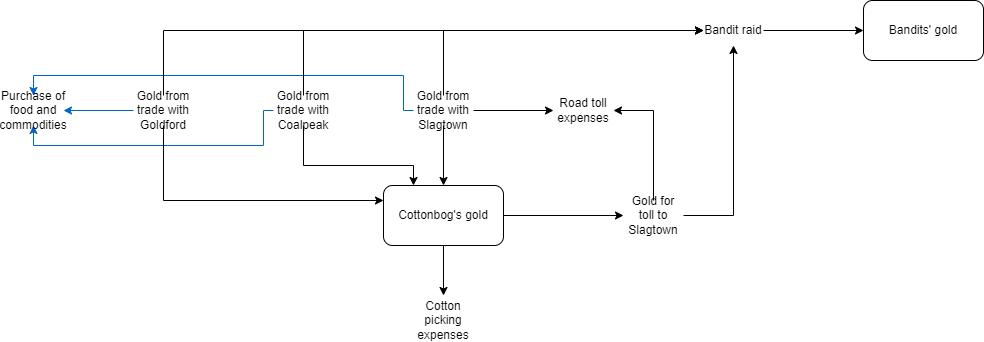
The draw.io diagram Flowchart/GoldFlow.drawio.png in FunkMarvel/Comp-4-SST, before a commit. Source tidied: cells renumbered, new cells last; positions are measured from the earlier drawing's top-left corner, leaving out a move shared by most shapes.
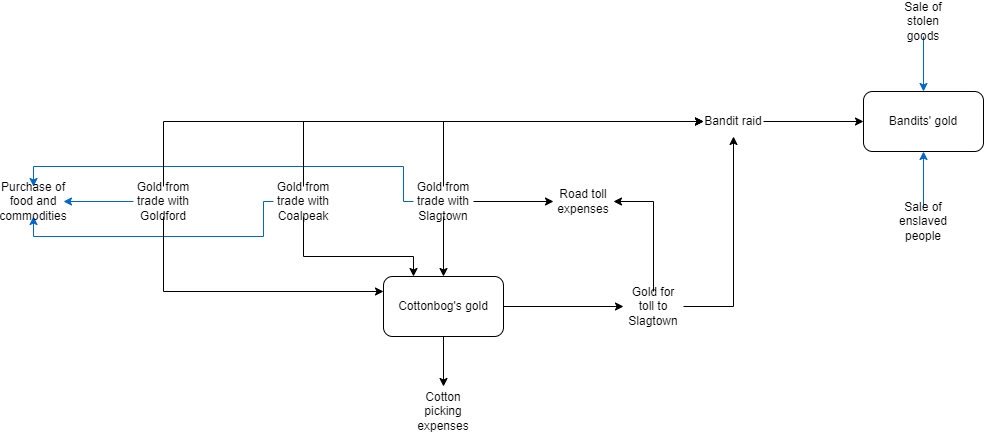
After the change.

What changed in the source:
```diff
@@ -116,5 +116,17 @@
     <mxCell id="26" value="Purchase of food and commodities" style="text;html=1;strokeColor=none;fillColor=none;align=center;verticalAlign=middle;whiteSpace=wrap;rounded=0;" parent="1" vertex="1">
       <mxGeometry y="95" width="60" height="30" as="geometry" />
     </mxCell>
+    <mxCell id="27" style="edgeStyle=orthogonalEdgeStyle;rounded=0;jettySize=auto;html=1;entryX=0.5;entryY=0;entryDx=0;entryDy=0;strokeColor=#0066CC;" parent="1" edge="1" source="28" target="17">
+      <mxGeometry relative="1" as="geometry" />
+    </mxCell>
+    <mxCell id="28" value="Sale of stolen goods" style="text;html=1;strokeColor=none;fillColor=none;align=center;verticalAlign=middle;whiteSpace=wrap;rounded=0;" parent="1" vertex="1">
+      <mxGeometry x="890" y="-85" width="60" height="30" as="geometry" />
+    </mxCell>
+    <mxCell id="29" style="edgeStyle=orthogonalEdgeStyle;rounded=0;jettySize=auto;html=1;entryX=0.5;entryY=1;entryDx=0;entryDy=0;strokeColor=#0066CC;" parent="1" edge="1" source="30" target="17">
+      <mxGeometry relative="1" as="geometry" />
+    </mxCell>
+    <mxCell id="30" value="Sale of enslaved people" style="text;html=1;strokeColor=none;fillColor=none;align=center;verticalAlign=middle;whiteSpace=wrap;rounded=0;" parent="1" vertex="1">
+      <mxGeometry x="890" y="115" width="60" height="30" as="geometry" />
+    </mxCell>
   </root>
 </mxGraphModel>
```
